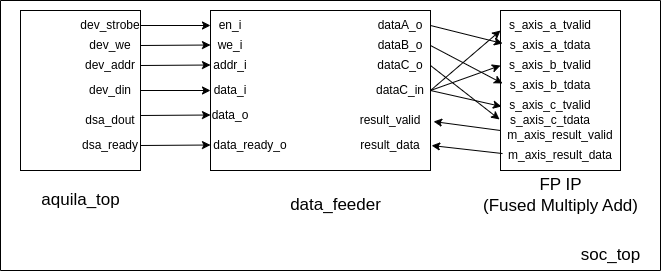
David810209/dsa keeps this draw.io diagram as diagram.png. Above is the earlier version. Source tidied: cells renumbered, new cells last; positions are measured from the earlier drawing's top-left corner, leaving out a move shared by most shapes.
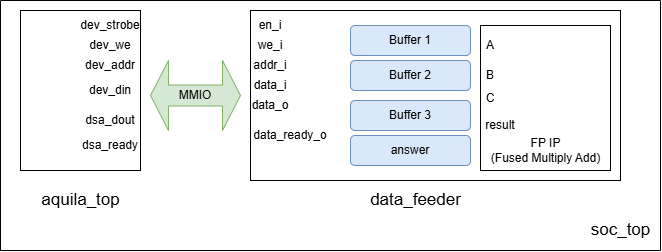
After the change.

What changed in the source:
```diff
@@ -3,11 +3,8 @@
     <mxCell id="0" />
     <mxCell id="1" parent="0" />
     <mxCell id="2" style="rounded=0;whiteSpace=wrap;html=1;" parent="1" vertex="1">
-      <mxGeometry x="210" y="10" width="220" height="160" as="geometry" />
+      <mxGeometry x="250" y="10" width="370" height="170" as="geometry" />
     </mxCell>
-    <mxCell id="3" value="&lt;font style=&quot;font-size: 17px;&quot;&gt;data_feeder&lt;/font&gt;" style="text;html=1;align=center;verticalAlign=middle;strokeColor=none;fillColor=none;" parent="1" vertex="1">
-      <mxGeometry x="280" y="190" width="110" height="30" as="geometry" />
-    </mxCell>
     <mxCell id="4" style="rounded=0;whiteSpace=wrap;html=1;" parent="1" vertex="1">
       <mxGeometry x="20" y="10" width="120" height="160" as="geometry" />
     </mxCell>
@@ -33,136 +30,64 @@
       <mxGeometry x="80" y="130" width="60" height="30" as="geometry" />
     </mxCell>
     <mxCell id="12" value="en_i" style="text;html=1;align=center;verticalAlign=middle;whiteSpace=wrap;rounded=0;" parent="1" vertex="1">
-      <mxGeometry x="200" y="10" width="60" height="30" as="geometry" />
+      <mxGeometry x="240" y="10" width="60" height="30" as="geometry" />
     </mxCell>
-    <mxCell id="13" value="we_i" style="text;html=1;align=center;verticalAlign=middle;whiteSpace=wrap;rounded=0;" parent="1" vertex="1">
-      <mxGeometry x="200" y="30" width="60" height="30" as="geometry" />
-    </mxCell>
-    <mxCell id="14" value="addr_i" style="text;html=1;align=center;verticalAlign=middle;whiteSpace=wrap;rounded=0;" parent="1" vertex="1">
-      <mxGeometry x="200" y="50" width="60" height="30" as="geometry" />
-    </mxCell>
     <mxCell id="15" value="data_i" style="text;html=1;align=center;verticalAlign=middle;whiteSpace=wrap;rounded=0;" parent="1" vertex="1">
-      <mxGeometry x="200" y="75" width="60" height="30" as="geometry" />
+      <mxGeometry x="240" y="70" width="60" height="30" as="geometry" />
     </mxCell>
     <mxCell id="16" value="data_o" style="text;html=1;align=center;verticalAlign=middle;whiteSpace=wrap;rounded=0;" parent="1" vertex="1">
-      <mxGeometry x="200" y="100" width="60" height="30" as="geometry" />
+      <mxGeometry x="240" y="90" width="60" height="30" as="geometry" />
     </mxCell>
     <mxCell id="17" value="data_ready_o" style="text;html=1;align=center;verticalAlign=middle;whiteSpace=wrap;rounded=0;" parent="1" vertex="1">
-      <mxGeometry x="220" y="130" width="60" height="30" as="geometry" />
+      <mxGeometry x="260" y="120" width="60" height="30" as="geometry" />
     </mxCell>
-    <mxCell id="18" value="dataA_o" style="text;html=1;align=center;verticalAlign=middle;whiteSpace=wrap;rounded=0;" parent="1" vertex="1">
-      <mxGeometry x="370" y="10" width="60" height="30" as="geometry" />
-    </mxCell>
-    <mxCell id="19" value="dataB_o" style="text;html=1;align=center;verticalAlign=middle;whiteSpace=wrap;rounded=0;" parent="1" vertex="1">
-      <mxGeometry x="370" y="30" width="60" height="30" as="geometry" />
-    </mxCell>
-    <mxCell id="20" value="dataC_o" style="text;html=1;align=center;verticalAlign=middle;whiteSpace=wrap;rounded=0;" parent="1" vertex="1">
-      <mxGeometry x="370" y="50" width="60" height="30" as="geometry" />
-    </mxCell>
-    <mxCell id="21" value="dataC_in" style="text;html=1;align=center;verticalAlign=middle;whiteSpace=wrap;rounded=0;" parent="1" vertex="1">
-      <mxGeometry x="370" y="75" width="60" height="30" as="geometry" />
-    </mxCell>
-    <mxCell id="22" value="result_valid" style="text;html=1;align=center;verticalAlign=middle;whiteSpace=wrap;rounded=0;" parent="1" vertex="1">
-      <mxGeometry x="360" y="105" width="60" height="30" as="geometry" />
-    </mxCell>
-    <mxCell id="23" value="result_data" style="text;html=1;align=center;verticalAlign=middle;whiteSpace=wrap;rounded=0;" parent="1" vertex="1">
-      <mxGeometry x="360" y="130" width="60" height="30" as="geometry" />
-    </mxCell>
     <mxCell id="24" style="rounded=0;whiteSpace=wrap;html=1;" parent="1" vertex="1">
-      <mxGeometry x="500" y="10" width="120" height="160" as="geometry" />
+      <mxGeometry x="480" y="25" width="130" height="145" as="geometry" />
     </mxCell>
-    <mxCell id="25" value="s_axis_a_tvalid" style="text;html=1;align=center;verticalAlign=middle;whiteSpace=wrap;rounded=0;" parent="1" vertex="1">
-      <mxGeometry x="520" y="10" width="60" height="30" as="geometry" />
-    </mxCell>
-    <mxCell id="26" value="s_axis_a_tdata" style="text;html=1;align=center;verticalAlign=middle;whiteSpace=wrap;rounded=0;" parent="1" vertex="1">
-      <mxGeometry x="520" y="30" width="60" height="30" as="geometry" />
-    </mxCell>
-    <mxCell id="27" value="s_axis_b_tvalid" style="text;html=1;align=center;verticalAlign=middle;whiteSpace=wrap;rounded=0;" parent="1" vertex="1">
-      <mxGeometry x="520" y="50" width="60" height="30" as="geometry" />
-    </mxCell>
-    <mxCell id="28" value="s_axis_b_tdata" style="text;html=1;align=center;verticalAlign=middle;whiteSpace=wrap;rounded=0;" parent="1" vertex="1">
-      <mxGeometry x="520" y="70" width="60" height="30" as="geometry" />
-    </mxCell>
-    <mxCell id="29" value="s_axis_c_tdata" style="text;html=1;align=center;verticalAlign=middle;whiteSpace=wrap;rounded=0;" parent="1" vertex="1">
-      <mxGeometry x="520" y="105" width="60" height="30" as="geometry" />
-    </mxCell>
-    <mxCell id="30" value="s_axis_c_tvalid" style="text;html=1;align=center;verticalAlign=middle;whiteSpace=wrap;rounded=0;" parent="1" vertex="1">
-      <mxGeometry x="520" y="90" width="60" height="30" as="geometry" />
-    </mxCell>
-    <mxCell id="31" value="m_axis_result_valid" style="text;html=1;align=center;verticalAlign=middle;whiteSpace=wrap;rounded=0;" parent="1" vertex="1">
-      <mxGeometry x="530" y="120" width="60" height="30" as="geometry" />
-    </mxCell>
-    <mxCell id="32" value="m_axis_result_data" style="text;html=1;align=center;verticalAlign=middle;whiteSpace=wrap;rounded=0;" parent="1" vertex="1">
-      <mxGeometry x="530" y="140" width="60" height="30" as="geometry" />
-    </mxCell>
-    <mxCell id="33" value="&lt;font style=&quot;font-size: 17px;&quot;&gt;FP IP&lt;/font&gt;&lt;div&gt;&lt;font style=&quot;font-size: 17px;&quot;&gt;(Fused Multiply Add)&lt;/font&gt;&lt;/div&gt;" style="text;html=1;align=center;verticalAlign=middle;strokeColor=none;fillColor=none;" parent="1" vertex="1">
-      <mxGeometry x="470" y="170" width="180" height="50" as="geometry" />
-    </mxCell>
-    <mxCell id="34" style="endArrow=classic;html=1;rounded=0;exitX=1;exitY=0.5;exitDx=0;exitDy=0;" parent="1" edge="1" source="6">
-      <mxGeometry relative="1" as="geometry">
-        <mxPoint x="210" y="25" as="targetPoint" />
-      </mxGeometry>
-    </mxCell>
-    <mxCell id="35" style="endArrow=classic;html=1;rounded=0;" parent="1" edge="1">
-      <mxGeometry relative="1" as="geometry">
-        <mxPoint x="140" y="45" as="sourcePoint" />
-        <mxPoint x="210" y="44.5" as="targetPoint" />
-      </mxGeometry>
-    </mxCell>
-    <mxCell id="36" style="endArrow=classic;html=1;rounded=0;" parent="1" edge="1">
-      <mxGeometry relative="1" as="geometry">
-        <mxPoint x="140" y="65" as="sourcePoint" />
-        <mxPoint x="210" y="64.5" as="targetPoint" />
-      </mxGeometry>
-    </mxCell>
-    <mxCell id="37" style="endArrow=classic;html=1;rounded=0;" parent="1" edge="1">
-      <mxGeometry relative="1" as="geometry">
-        <mxPoint x="140" y="90" as="sourcePoint" />
-        <mxPoint x="210" y="90" as="targetPoint" />
-      </mxGeometry>
-    </mxCell>
-    <mxCell id="38" style="endArrow=classic;html=1;rounded=0;" parent="1" edge="1">
-      <mxGeometry relative="1" as="geometry">
-        <mxPoint x="140" y="115" as="sourcePoint" />
-        <mxPoint x="210" y="114.5" as="targetPoint" />
-      </mxGeometry>
-    </mxCell>
-    <mxCell id="39" style="endArrow=classic;html=1;rounded=0;exitX=1;exitY=0.5;exitDx=0;exitDy=0;" parent="1" edge="1" source="11">
-      <mxGeometry relative="1" as="geometry">
-        <mxPoint x="210" y="144.5" as="targetPoint" />
-      </mxGeometry>
-    </mxCell>
-    <mxCell id="40" style="endArrow=classic;html=1;rounded=0;exitX=1;exitY=0.5;exitDx=0;exitDy=0;entryX=0.017;entryY=0.206;entryDx=0;entryDy=0;entryPerimeter=0;" parent="1" edge="1" source="18" target="24">
-      <mxGeometry relative="1" as="geometry" />
-    </mxCell>
-    <mxCell id="41" style="endArrow=classic;html=1;rounded=0;exitX=1;exitY=0.5;exitDx=0;exitDy=0;entryX=0.017;entryY=0.456;entryDx=0;entryDy=0;entryPerimeter=0;" parent="1" edge="1" source="19" target="24">
-      <mxGeometry relative="1" as="geometry" />
-    </mxCell>
-    <mxCell id="42" style="endArrow=classic;html=1;rounded=0;exitX=1;exitY=0.5;exitDx=0;exitDy=0;entryX=-0.008;entryY=0.681;entryDx=0;entryDy=0;entryPerimeter=0;" parent="1" edge="1" source="20" target="24">
-      <mxGeometry relative="1" as="geometry" />
-    </mxCell>
-    <mxCell id="43" style="endArrow=classic;html=1;rounded=0;exitX=1;exitY=0.5;exitDx=0;exitDy=0;entryX=0;entryY=0.125;entryDx=0;entryDy=0;entryPerimeter=0;" parent="1" edge="1" source="21" target="24">
-      <mxGeometry relative="1" as="geometry" />
-    </mxCell>
-    <mxCell id="44" style="endArrow=classic;html=1;rounded=0;exitX=1;exitY=0.5;exitDx=0;exitDy=0;entryX=0;entryY=0.344;entryDx=0;entryDy=0;entryPerimeter=0;" parent="1" edge="1" source="2" target="24">
-      <mxGeometry relative="1" as="geometry" />
-    </mxCell>
-    <mxCell id="45" style="endArrow=classic;html=1;rounded=0;entryX=0.008;entryY=0.6;entryDx=0;entryDy=0;entryPerimeter=0;" parent="1" edge="1" target="24">
-      <mxGeometry relative="1" as="geometry">
-        <mxPoint x="430" y="90" as="sourcePoint" />
-      </mxGeometry>
-    </mxCell>
-    <mxCell id="46" style="endArrow=classic;html=1;rounded=0;entryX=1.014;entryY=0.694;entryDx=0;entryDy=0;entryPerimeter=0;exitX=0;exitY=0.75;exitDx=0;exitDy=0;" parent="1" edge="1" source="24" target="2">
-      <mxGeometry relative="1" as="geometry" />
-    </mxCell>
-    <mxCell id="47" style="endArrow=classic;html=1;rounded=0;entryX=1.005;entryY=0.844;entryDx=0;entryDy=0;entryPerimeter=0;exitX=0.017;exitY=0.894;exitDx=0;exitDy=0;exitPerimeter=0;" parent="1" edge="1" source="24" target="2">
-      <mxGeometry relative="1" as="geometry" />
-    </mxCell>
     <mxCell id="48" style="swimlane;startSize=0;" parent="1" vertex="1">
-      <mxGeometry width="660" height="270" as="geometry" />
+      <mxGeometry width="660" height="250" as="geometry" />
     </mxCell>
     <mxCell id="49" value="&lt;font style=&quot;font-size: 17px;&quot;&gt;soc_top&lt;/font&gt;" style="text;html=1;align=center;verticalAlign=middle;strokeColor=none;fillColor=none;" parent="48" vertex="1">
-      <mxGeometry x="570" y="240" width="80" height="30" as="geometry" />
+      <mxGeometry x="580" y="215" width="80" height="30" as="geometry" />
     </mxCell>
+    <mxCell id="3" value="&lt;font style=&quot;font-size: 17px;&quot;&gt;data_feeder&lt;/font&gt;" style="text;html=1;align=center;verticalAlign=middle;strokeColor=none;fillColor=none;" parent="48" vertex="1">
+      <mxGeometry x="360" y="185" width="110" height="30" as="geometry" />
+    </mxCell>
+    <mxCell id="13" value="we_i" style="text;html=1;align=center;verticalAlign=middle;whiteSpace=wrap;rounded=0;" parent="48" vertex="1">
+      <mxGeometry x="240" y="30" width="60" height="30" as="geometry" />
+    </mxCell>
+    <mxCell id="14" value="addr_i" style="text;html=1;align=center;verticalAlign=middle;whiteSpace=wrap;rounded=0;" parent="48" vertex="1">
+      <mxGeometry x="240" y="50" width="60" height="30" as="geometry" />
+    </mxCell>
+    <mxCell id="50" value="MMIO" style="shape=doubleArrow;whiteSpace=wrap;html=1;fillColor=#d5e8d4;strokeColor=#82b366;" parent="48" vertex="1">
+      <mxGeometry x="150" y="60" width="90" height="70" as="geometry" />
+    </mxCell>
+    <mxCell id="33" value="&lt;font&gt;FP IP&lt;/font&gt;&lt;div&gt;&lt;font&gt;(Fused Multiply Add)&lt;/font&gt;&lt;/div&gt;" style="text;html=1;align=center;verticalAlign=middle;strokeColor=none;fillColor=none;" parent="48" vertex="1">
+      <mxGeometry x="480" y="130" width="130" height="40" as="geometry" />
+    </mxCell>
+    <mxCell id="51" value="A" style="text;html=1;align=center;verticalAlign=middle;whiteSpace=wrap;rounded=0;" parent="48" vertex="1">
+      <mxGeometry x="460" y="30" width="60" height="30" as="geometry" />
+    </mxCell>
+    <mxCell id="52" value="result" style="text;html=1;align=center;verticalAlign=middle;whiteSpace=wrap;rounded=0;" parent="48" vertex="1">
+      <mxGeometry x="470" y="110" width="60" height="30" as="geometry" />
+    </mxCell>
+    <mxCell id="53" value="Buffer 1" style="rounded=1;whiteSpace=wrap;html=1;fillColor=#dae8fc;strokeColor=#6c8ebf;" parent="1" vertex="1">
+      <mxGeometry x="350" y="25" width="120" height="30" as="geometry" />
+    </mxCell>
+    <mxCell id="54" value="Buffer 2" style="rounded=1;whiteSpace=wrap;html=1;fillColor=#dae8fc;strokeColor=#6c8ebf;" parent="1" vertex="1">
+      <mxGeometry x="350" y="60" width="120" height="30" as="geometry" />
+    </mxCell>
+    <mxCell id="55" value="answer" style="rounded=1;whiteSpace=wrap;html=1;fillColor=#dae8fc;strokeColor=#6c8ebf;" parent="1" vertex="1">
+      <mxGeometry x="350" y="135" width="120" height="30" as="geometry" />
+    </mxCell>
+    <mxCell id="56" value="Buffer 3" style="rounded=1;whiteSpace=wrap;html=1;fillColor=#dae8fc;strokeColor=#6c8ebf;" parent="1" vertex="1">
+      <mxGeometry x="350" y="100" width="120" height="30" as="geometry" />
+    </mxCell>
+    <mxCell id="57" value="B" style="text;html=1;align=center;verticalAlign=middle;whiteSpace=wrap;rounded=0;" parent="1" vertex="1">
+      <mxGeometry x="460" y="60" width="60" height="30" as="geometry" />
+    </mxCell>
+    <mxCell id="58" value="C" style="text;html=1;align=center;verticalAlign=middle;whiteSpace=wrap;rounded=0;" parent="1" vertex="1">
+      <mxGeometry x="460" y="82.5" width="60" height="30" as="geometry" />
+    </mxCell>
   </root>
 </mxGraphModel>
```
